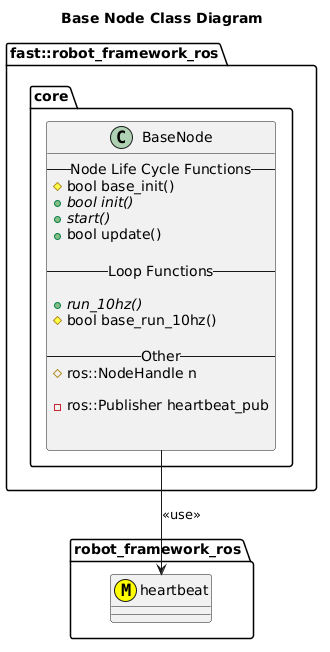
The PlantUML diagram doc/Core/BaseNode/puml/BaseNodeClassDiagram.png in fastrobotics/robot_framework_ros, before a commit. Its diagram source:
```plantuml
@startuml
title Base Node Class Diagram
namespace robot_framework_ros {
    class heartbeat <<(M,#FFFF00)>>
}
namespace fast::robot_framework_ros {
    namespace core {
        class BaseNode {
            --Node Life Cycle Functions--
            #bool base_init()
            +{abstract} bool init()
            +{abstract} start()
            +bool update()

            --Loop Functions--

            +{abstract} run_10hz()
            #bool base_run_10hz()

            --Other--
            #ros::NodeHandle n

            -ros::Publisher heartbeat_pub


        }
        BaseNode --> heartbeat: <<use>>

    }
}
@enduml
```
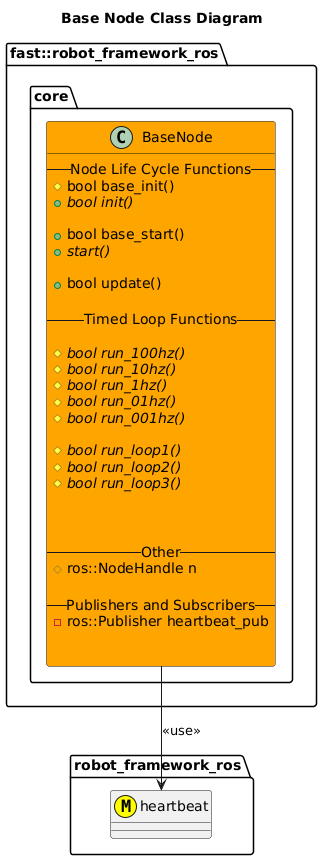
The same diagram one commit later.

Diff of the diagram source:
```diff
@@ -5,21 +5,34 @@
 }
 namespace fast::robot_framework_ros {
     namespace core {
-        class BaseNode {
+        class BaseNode #Orange{
             --Node Life Cycle Functions--
             #bool base_init()
             +{abstract} bool init()
+
+            +bool base_start()
             +{abstract} start()
+
             +bool update()
 
-            --Loop Functions--
+            --Timed Loop Functions--
 
-            +{abstract} run_10hz()
-            #bool base_run_10hz()
+            #{abstract} bool run_100hz()
+            #{abstract} bool run_10hz()
+            #{abstract} bool run_1hz()
+            #{abstract} bool run_01hz()
+            #{abstract} bool run_001hz()
+
+            #{abstract} bool run_loop1()
+            #{abstract} bool run_loop2()
+            #{abstract} bool run_loop3()
+
+
 
             --Other--
             #ros::NodeHandle n
 
+            --Publishers and Subscribers--
             -ros::Publisher heartbeat_pub
 
 
```
